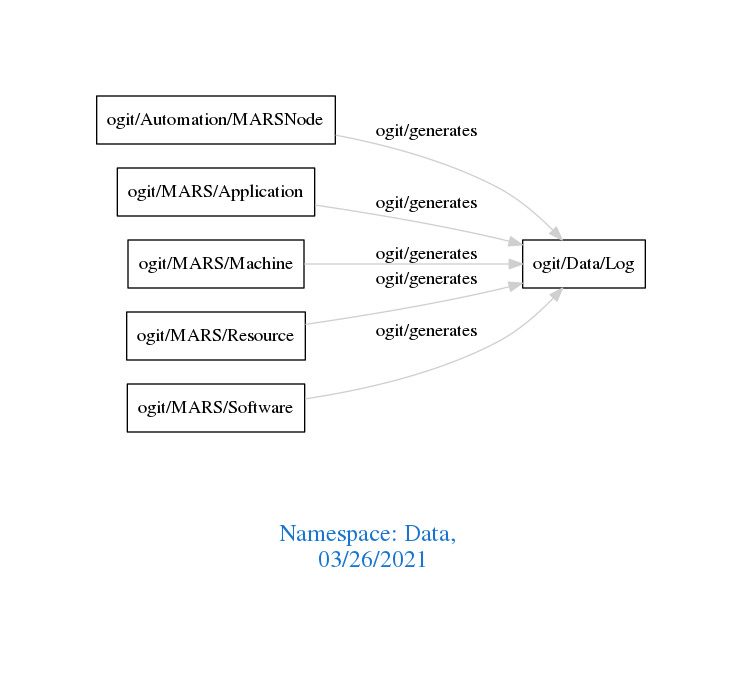
Above: downloads/Data.png in arago/OGIT (Graphviz), before the change. Its source is kept beside it as downloads/Data.dot.
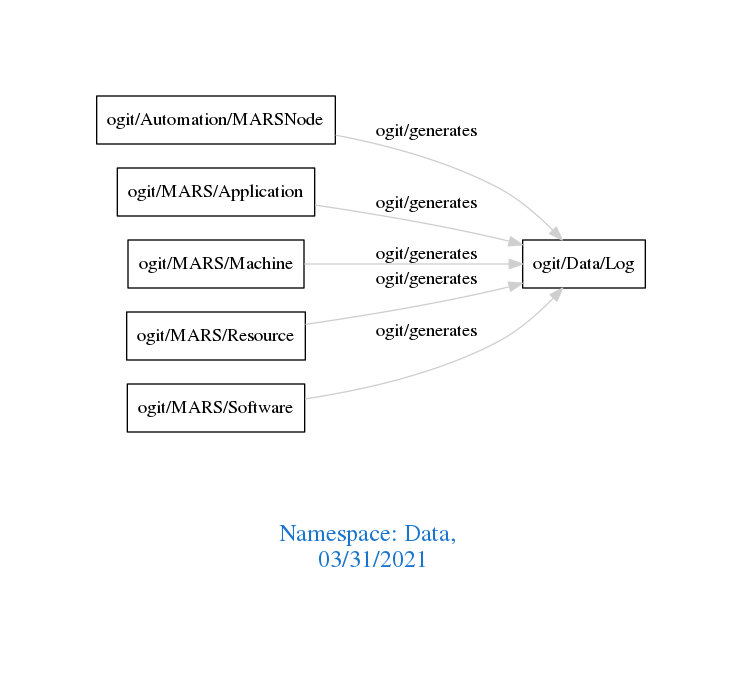
Above is the later version.

The edit, as a diff of the source:
```diff
@@ -1,7 +1,7 @@
 digraph OGIT_ontology {
  graph [ rankdir= LR,pad=1
 fontsize = 18,
-fontcolor= dodgerblue3,label = "\n\n\nNamespace: Data, \n 03/26/2021"];
+fontcolor= dodgerblue3,label = "\n\n\nNamespace: Data, \n 03/31/2021"];
 node[shape=polygon];
 edge [  color="gray81"];
 
```
